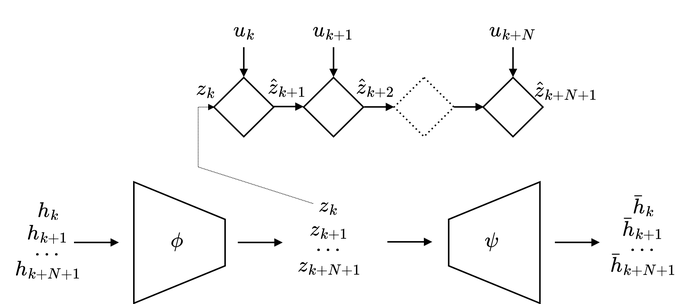
The draw.io diagram assets/img/blog/autoencoder-approach.png in shamilmamedov/shamilmamedov.github.io, before a commit. Source tidied: cells renumbered, new cells last; positions are measured from the earlier drawing's top-left corner, leaving out a move shared by most shapes. Source of this version:
```xml
<mxGraphModel math="1">
  <root>
    <mxCell id="0" />
    <mxCell id="1" parent="0" />
    <mxCell id="2" style="shape=trapezoid;perimeter=trapezoidPerimeter;whiteSpace=wrap;html=1;fixedSize=1;rotation=90;size=25;fillColor=none;" parent="1" vertex="1">
      <mxGeometry x="79" y="127" width="81" height="61" as="geometry" />
    </mxCell>
    <mxCell id="3" style="endArrow=block;html=1;rounded=0;endSize=3;endFill=1;" parent="1" edge="1">
      <mxGeometry relative="1" as="geometry">
        <mxPoint x="49" y="157.4" as="sourcePoint" />
        <mxPoint x="79" y="157.4" as="targetPoint" />
      </mxGeometry>
    </mxCell>
    <mxCell id="4" value="$$\phi$$" style="text;html=1;strokeColor=none;fillColor=none;align=center;verticalAlign=middle;whiteSpace=wrap;rounded=0;" parent="1" vertex="1">
      <mxGeometry x="87.5" y="140.5" width="60" height="30" as="geometry" />
    </mxCell>
    <mxCell id="5" style="group;" parent="1" vertex="1">
      <mxGeometry x="0.5" y="120" width="61" height="69.5" as="geometry" />
    </mxCell>
    <mxCell id="6" value="$$h_k$$" style="text;html=1;strokeColor=none;fillColor=none;align=center;verticalAlign=middle;whiteSpace=wrap;rounded=0;" parent="5" vertex="1">
      <mxGeometry x="1" width="60" height="30" as="geometry" />
    </mxCell>
    <mxCell id="7" value="$$h_{k+1}$$" style="text;html=1;strokeColor=none;fillColor=none;align=center;verticalAlign=middle;whiteSpace=wrap;rounded=0;" parent="5" vertex="1">
      <mxGeometry x="1" y="16" width="60" height="30" as="geometry" />
    </mxCell>
    <mxCell id="8" value="$$h_{k+N+1}$$" style="text;html=1;strokeColor=none;fillColor=none;align=center;verticalAlign=middle;whiteSpace=wrap;rounded=0;" parent="5" vertex="1">
      <mxGeometry x="1" y="39.5" width="60" height="30" as="geometry" />
    </mxCell>
    <mxCell id="9" value="$$\dots$$" style="text;html=1;strokeColor=none;fillColor=none;align=center;verticalAlign=middle;whiteSpace=wrap;rounded=0;" parent="5" vertex="1">
      <mxGeometry y="26" width="60" height="30" as="geometry" />
    </mxCell>
    <mxCell id="10" style="endArrow=block;html=1;rounded=0;endSize=3;endFill=1;" parent="1" edge="1">
      <mxGeometry relative="1" as="geometry">
        <mxPoint x="158.5" y="157.4" as="sourcePoint" />
        <mxPoint x="188.5" y="157.4" as="targetPoint" />
      </mxGeometry>
    </mxCell>
    <mxCell id="11" style="group;" parent="1" vertex="1">
      <mxGeometry x="188.5" y="117" width="61" height="69.5" as="geometry" />
    </mxCell>
    <mxCell id="12" value="$$z_k$$" style="text;html=1;strokeColor=none;fillColor=none;align=center;verticalAlign=middle;whiteSpace=wrap;rounded=0;" parent="11" vertex="1">
      <mxGeometry x="1" width="60" height="30" as="geometry" />
    </mxCell>
    <mxCell id="13" value="$$z_{k+1}$$" style="text;html=1;strokeColor=none;fillColor=none;align=center;verticalAlign=middle;whiteSpace=wrap;rounded=0;" parent="11" vertex="1">
      <mxGeometry x="1" y="16" width="60" height="30" as="geometry" />
    </mxCell>
    <mxCell id="14" value="$$z_{k+N+1}$$" style="text;html=1;strokeColor=none;fillColor=none;align=center;verticalAlign=middle;whiteSpace=wrap;rounded=0;" parent="11" vertex="1">
      <mxGeometry x="1" y="39.5" width="60" height="30" as="geometry" />
    </mxCell>
    <mxCell id="15" value="$$\dots$$" style="text;html=1;strokeColor=none;fillColor=none;align=center;verticalAlign=middle;whiteSpace=wrap;rounded=0;" parent="11" vertex="1">
      <mxGeometry y="26" width="60" height="30" as="geometry" />
    </mxCell>
    <mxCell id="16" style="endArrow=block;html=1;rounded=0;endSize=3;endFill=1;" parent="1" edge="1">
      <mxGeometry relative="1" as="geometry">
        <mxPoint x="258.5" y="157" as="sourcePoint" />
        <mxPoint x="288.5" y="157" as="targetPoint" />
      </mxGeometry>
    </mxCell>
    <mxCell id="17" style="shape=trapezoid;perimeter=trapezoidPerimeter;whiteSpace=wrap;html=1;fixedSize=1;rotation=90;size=25;fillColor=none;direction=west;" parent="1" vertex="1">
      <mxGeometry x="289.5" y="127" width="81" height="61" as="geometry" />
    </mxCell>
    <mxCell id="18" value="$$\psi$$" style="text;html=1;strokeColor=none;fillColor=none;align=center;verticalAlign=middle;whiteSpace=wrap;rounded=0;" parent="1" vertex="1">
      <mxGeometry x="298.5" y="140.5" width="60" height="30" as="geometry" />
    </mxCell>
    <mxCell id="19" style="group;" parent="1" vertex="1">
      <mxGeometry x="398.5" y="117" width="61" height="69.5" as="geometry" />
    </mxCell>
    <mxCell id="20" value="$$\bar h_k$$" style="text;html=1;strokeColor=none;fillColor=none;align=center;verticalAlign=middle;whiteSpace=wrap;rounded=0;" parent="19" vertex="1">
      <mxGeometry x="1" width="60" height="30" as="geometry" />
    </mxCell>
    <mxCell id="21" value="$$\bar h_{k+1}$$" style="text;html=1;strokeColor=none;fillColor=none;align=center;verticalAlign=middle;whiteSpace=wrap;rounded=0;" parent="19" vertex="1">
      <mxGeometry x="1" y="16" width="60" height="30" as="geometry" />
    </mxCell>
    <mxCell id="22" value="$$\bar h_{k+N+1}$$" style="text;html=1;strokeColor=none;fillColor=none;align=center;verticalAlign=middle;whiteSpace=wrap;rounded=0;" parent="19" vertex="1">
      <mxGeometry x="1" y="39.5" width="60" height="30" as="geometry" />
    </mxCell>
    <mxCell id="23" value="$$\dots$$" style="text;html=1;strokeColor=none;fillColor=none;align=center;verticalAlign=middle;whiteSpace=wrap;rounded=0;" parent="19" vertex="1">
      <mxGeometry y="26" width="60" height="30" as="geometry" />
    </mxCell>
    <mxCell id="24" style="endArrow=block;html=1;rounded=0;endSize=3;endFill=1;" parent="1" edge="1">
      <mxGeometry relative="1" as="geometry">
        <mxPoint x="370.5" y="157.4" as="sourcePoint" />
        <mxPoint x="400.5" y="157.4" as="targetPoint" />
      </mxGeometry>
    </mxCell>
    <mxCell id="25" style="rhombus;whiteSpace=wrap;html=1;fillColor=none;" parent="1" vertex="1">
      <mxGeometry x="142.5" y="47.2" width="40" height="39.5" as="geometry" />
    </mxCell>
    <mxCell id="26" style="rhombus;whiteSpace=wrap;html=1;fillColor=none;" parent="1" vertex="1">
      <mxGeometry x="202.5" y="47.2" width="40" height="39.5" as="geometry" />
    </mxCell>
    <mxCell id="27" style="endArrow=block;html=1;rounded=0;endSize=3;endFill=1;" parent="1" edge="1">
      <mxGeometry relative="1" as="geometry">
        <mxPoint x="182.5" y="66.7" as="sourcePoint" />
        <mxPoint x="202.5" y="66.7" as="targetPoint" />
      </mxGeometry>
    </mxCell>
    <mxCell id="28" value="$$\hat z_{k+1}$$" style="text;html=1;strokeColor=none;fillColor=none;align=center;verticalAlign=middle;whiteSpace=wrap;rounded=0;" parent="1" vertex="1">
      <mxGeometry x="161.5" y="38" width="60" height="30" as="geometry" />
    </mxCell>
    <mxCell id="29" style="endArrow=block;html=1;rounded=0;endSize=3;exitX=0.322;exitY=-0.053;exitDx=0;exitDy=0;exitPerimeter=0;dashed=1;dashPattern=1 1;strokeWidth=0.5;endFill=1;" parent="1" edge="1" source="13">
      <mxGeometry relative="1" as="geometry">
        <mxPoint x="143" y="67" as="targetPoint" />
        <Array as="points">
          <mxPoint x="132" y="107" />
          <mxPoint x="132" y="67" />
        </Array>
      </mxGeometry>
    </mxCell>
    <mxCell id="30" value="$$\hat z_{k+2}$$" style="text;html=1;strokeColor=none;fillColor=none;align=center;verticalAlign=middle;whiteSpace=wrap;rounded=0;" parent="1" vertex="1">
      <mxGeometry x="221" y="38" width="60" height="30" as="geometry" />
    </mxCell>
    <mxCell id="31" style="rhombus;whiteSpace=wrap;html=1;dashed=1;dashPattern=1 2;fillColor=none;" parent="1" vertex="1">
      <mxGeometry x="263" y="47.2" width="40" height="39.5" as="geometry" />
    </mxCell>
    <mxCell id="32" style="endArrow=block;html=1;rounded=0;endSize=3;endFill=1;" parent="1" edge="1">
      <mxGeometry relative="1" as="geometry">
        <mxPoint x="243" y="66.9" as="sourcePoint" />
        <mxPoint x="263" y="66.9" as="targetPoint" />
      </mxGeometry>
    </mxCell>
    <mxCell id="33" style="rhombus;whiteSpace=wrap;html=1;fillColor=none;" parent="1" vertex="1">
      <mxGeometry x="322.5" y="47.2" width="40" height="39.5" as="geometry" />
    </mxCell>
    <mxCell id="34" value="$$\hat z_{k+N+1}$$" style="text;html=1;strokeColor=none;fillColor=none;align=center;verticalAlign=middle;whiteSpace=wrap;rounded=0;" parent="1" vertex="1">
      <mxGeometry x="347.5" y="40" width="60" height="30" as="geometry" />
    </mxCell>
    <mxCell id="35" style="endArrow=block;html=1;rounded=0;endSize=3;endFill=1;" parent="1" edge="1">
      <mxGeometry relative="1" as="geometry">
        <mxPoint x="303" y="66.9" as="sourcePoint" />
        <mxPoint x="323" y="66.9" as="targetPoint" />
      </mxGeometry>
    </mxCell>
    <mxCell id="36" style="endArrow=block;html=1;rounded=0;endSize=3;endFill=1;" parent="1" edge="1">
      <mxGeometry relative="1" as="geometry">
        <mxPoint x="162.5" y="27" as="sourcePoint" />
        <mxPoint x="162.5" y="47" as="targetPoint" />
      </mxGeometry>
    </mxCell>
    <mxCell id="37" value="$$z_k$$" style="text;html=1;strokeColor=none;fillColor=none;align=center;verticalAlign=middle;whiteSpace=wrap;rounded=0;" parent="1" vertex="1">
      <mxGeometry x="108" y="39" width="60" height="30" as="geometry" />
    </mxCell>
    <mxCell id="38" value="$$u_k$$" style="text;html=1;strokeColor=none;fillColor=none;align=center;verticalAlign=middle;whiteSpace=wrap;rounded=0;" parent="1" vertex="1">
      <mxGeometry x="132.5" width="60" height="30" as="geometry" />
    </mxCell>
    <mxCell id="39" style="endArrow=block;html=1;rounded=0;endSize=3;endFill=1;" parent="1" edge="1">
      <mxGeometry relative="1" as="geometry">
        <mxPoint x="222.5" y="27" as="sourcePoint" />
        <mxPoint x="222.5" y="47" as="targetPoint" />
      </mxGeometry>
    </mxCell>
    <mxCell id="40" value="&lt;div&gt;$$u_{k+1}$$&lt;/div&gt;" style="text;html=1;strokeColor=none;fillColor=none;align=center;verticalAlign=middle;whiteSpace=wrap;rounded=0;" parent="1" vertex="1">
      <mxGeometry x="192.5" width="60" height="30" as="geometry" />
    </mxCell>
    <mxCell id="41" style="endArrow=block;html=1;rounded=0;endSize=3;endFill=1;" parent="1" edge="1">
      <mxGeometry relative="1" as="geometry">
        <mxPoint x="342.5" y="27" as="sourcePoint" />
        <mxPoint x="342.5" y="47" as="targetPoint" />
      </mxGeometry>
    </mxCell>
    <mxCell id="42" value="$$u_{k+N}$$" style="text;html=1;strokeColor=none;fillColor=none;align=center;verticalAlign=middle;whiteSpace=wrap;rounded=0;" parent="1" vertex="1">
      <mxGeometry x="312.5" width="60" height="30" as="geometry" />
    </mxCell>
  </root>
</mxGraphModel>
```
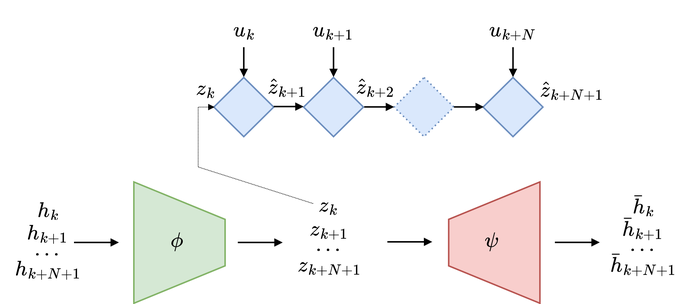
Above is the later version.

What changed in the source:
```diff
@@ -2,7 +2,7 @@
   <root>
     <mxCell id="0" />
     <mxCell id="1" parent="0" />
-    <mxCell id="2" style="shape=trapezoid;perimeter=trapezoidPerimeter;whiteSpace=wrap;html=1;fixedSize=1;rotation=90;size=25;fillColor=none;" parent="1" vertex="1">
+    <mxCell id="2" style="shape=trapezoid;perimeter=trapezoidPerimeter;whiteSpace=wrap;html=1;fixedSize=1;rotation=90;size=25;fillColor=#d5e8d4;strokeColor=#82b366;" parent="1" vertex="1">
       <mxGeometry x="79" y="127" width="81" height="61" as="geometry" />
     </mxCell>
     <mxCell id="3" style="endArrow=block;html=1;rounded=0;endSize=3;endFill=1;" parent="1" edge="1">
@@ -56,7 +56,7 @@
         <mxPoint x="288.5" y="157" as="targetPoint" />
       </mxGeometry>
     </mxCell>
-    <mxCell id="17" style="shape=trapezoid;perimeter=trapezoidPerimeter;whiteSpace=wrap;html=1;fixedSize=1;rotation=90;size=25;fillColor=none;direction=west;" parent="1" vertex="1">
+    <mxCell id="17" style="shape=trapezoid;perimeter=trapezoidPerimeter;whiteSpace=wrap;html=1;fixedSize=1;rotation=90;size=25;fillColor=#f8cecc;direction=west;strokeColor=#b85450;" parent="1" vertex="1">
       <mxGeometry x="289.5" y="127" width="81" height="61" as="geometry" />
     </mxCell>
     <mxCell id="18" value="$$\psi$$" style="text;html=1;strokeColor=none;fillColor=none;align=center;verticalAlign=middle;whiteSpace=wrap;rounded=0;" parent="1" vertex="1">
@@ -83,10 +83,10 @@
         <mxPoint x="400.5" y="157.4" as="targetPoint" />
       </mxGeometry>
     </mxCell>
-    <mxCell id="25" style="rhombus;whiteSpace=wrap;html=1;fillColor=none;" parent="1" vertex="1">
+    <mxCell id="25" style="rhombus;whiteSpace=wrap;html=1;fillColor=#dae8fc;strokeColor=#6c8ebf;" parent="1" vertex="1">
       <mxGeometry x="142.5" y="47.2" width="40" height="39.5" as="geometry" />
     </mxCell>
-    <mxCell id="26" style="rhombus;whiteSpace=wrap;html=1;fillColor=none;" parent="1" vertex="1">
+    <mxCell id="26" style="rhombus;whiteSpace=wrap;html=1;fillColor=#dae8fc;strokeColor=#6c8ebf;" parent="1" vertex="1">
       <mxGeometry x="202.5" y="47.2" width="40" height="39.5" as="geometry" />
     </mxCell>
     <mxCell id="27" style="endArrow=block;html=1;rounded=0;endSize=3;endFill=1;" parent="1" edge="1">
@@ -110,7 +110,7 @@
     <mxCell id="30" value="$$\hat z_{k+2}$$" style="text;html=1;strokeColor=none;fillColor=none;align=center;verticalAlign=middle;whiteSpace=wrap;rounded=0;" parent="1" vertex="1">
       <mxGeometry x="221" y="38" width="60" height="30" as="geometry" />
     </mxCell>
-    <mxCell id="31" style="rhombus;whiteSpace=wrap;html=1;dashed=1;dashPattern=1 2;fillColor=none;" parent="1" vertex="1">
+    <mxCell id="31" style="rhombus;whiteSpace=wrap;html=1;dashed=1;dashPattern=1 2;fillColor=#dae8fc;strokeColor=#6c8ebf;" parent="1" vertex="1">
       <mxGeometry x="263" y="47.2" width="40" height="39.5" as="geometry" />
     </mxCell>
     <mxCell id="32" style="endArrow=block;html=1;rounded=0;endSize=3;endFill=1;" parent="1" edge="1">
@@ -119,11 +119,11 @@
         <mxPoint x="263" y="66.9" as="targetPoint" />
       </mxGeometry>
     </mxCell>
-    <mxCell id="33" style="rhombus;whiteSpace=wrap;html=1;fillColor=none;" parent="1" vertex="1">
+    <mxCell id="33" style="rhombus;whiteSpace=wrap;html=1;fillColor=#dae8fc;strokeColor=#6c8ebf;" parent="1" vertex="1">
       <mxGeometry x="322.5" y="47.2" width="40" height="39.5" as="geometry" />
     </mxCell>
     <mxCell id="34" value="$$\hat z_{k+N+1}$$" style="text;html=1;strokeColor=none;fillColor=none;align=center;verticalAlign=middle;whiteSpace=wrap;rounded=0;" parent="1" vertex="1">
-      <mxGeometry x="347.5" y="40" width="60" height="30" as="geometry" />
+      <mxGeometry x="351.5" y="40" width="60" height="30" as="geometry" />
     </mxCell>
     <mxCell id="35" style="endArrow=block;html=1;rounded=0;endSize=3;endFill=1;" parent="1" edge="1">
       <mxGeometry relative="1" as="geometry">
```
